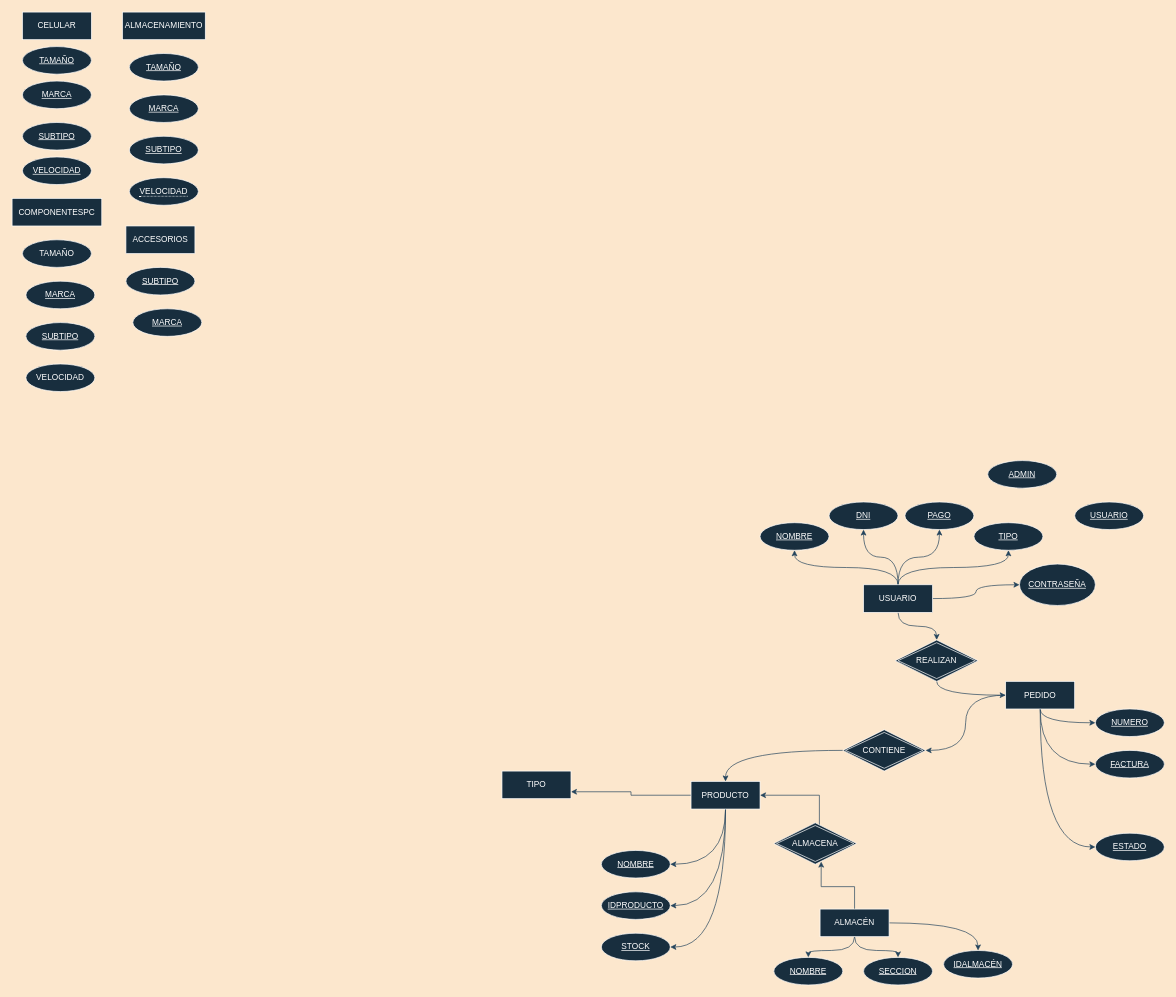
This is La Estanteria entidadrelacion.drawio from joeljnq/laEstanteria, a draw.io file, before an edit. Source tidied: cells renumbered, new cells numbered last; positions are measured from the earlier drawing's top-left corner, leaving out a move shared by most shapes. Both pictures are drawn from the tidied source at 69%, with x=0, y=0 at pixel (12, 12).
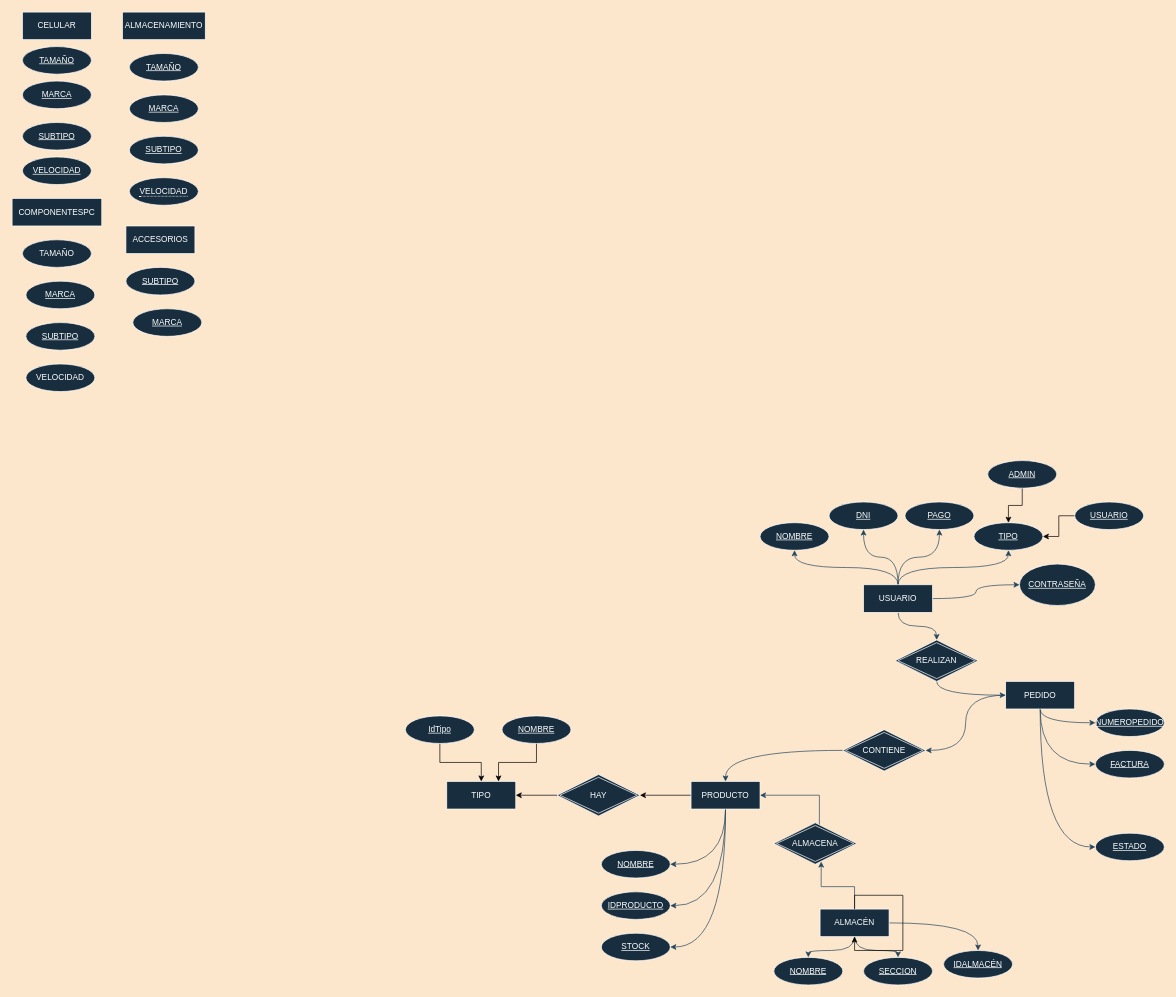
The same page after the edit.

The change refers to these unchanged cells:
```xml
<mxCell id="6" value="PRODUCTO" style="whiteSpace=wrap;html=1;align=center;fillColor=#182E3E;strokeColor=#FFFFFF;fontColor=#FFFFFF;labelBackgroundColor=none;" parent="1" vertex="1">
  <mxGeometry x="984" y="1115" width="100" height="40" as="geometry" />
</mxCell>
<mxCell id="11" value="ALMACÉN" style="whiteSpace=wrap;html=1;align=center;fillColor=#182E3E;strokeColor=#FFFFFF;fontColor=#FFFFFF;labelBackgroundColor=none;" parent="1" vertex="1">
  <mxGeometry x="1171" y="1300" width="100" height="40" as="geometry" />
</mxCell>
<mxCell id="48" value="TIPO" style="ellipse;whiteSpace=wrap;html=1;align=center;fontStyle=4;fillColor=#182E3E;strokeColor=#FFFFFF;fontColor=#FFFFFF;labelBackgroundColor=none;" parent="1" vertex="1">
  <mxGeometry x="1394" y="740" width="100" height="40" as="geometry" />
</mxCell>
<mxCell id="63" value="USUARIO" style="ellipse;whiteSpace=wrap;html=1;align=center;fontStyle=4;fillColor=#182E3E;strokeColor=#FFFFFF;fontColor=#FFFFFF;labelBackgroundColor=none;" parent="1" vertex="1">
  <mxGeometry x="1540" y="710" width="100" height="40" as="geometry" />
</mxCell>
<mxCell id="64" value="ADMIN" style="ellipse;whiteSpace=wrap;html=1;align=center;fontStyle=4;fillColor=#182E3E;strokeColor=#FFFFFF;fontColor=#FFFFFF;labelBackgroundColor=none;" parent="1" vertex="1">
  <mxGeometry x="1414" y="650" width="100" height="40" as="geometry" />
</mxCell>
```

What changed in the source:
```diff
@@
-    <mxCell id="5" style="edgeStyle=orthogonalEdgeStyle;rounded=0;jettySize=auto;html=1;entryX=1;entryY=0.75;entryDx=0;entryDy=0;strokeColor=#23445D;" parent="1" edge="1" source="6" target="62">
-      <mxGeometry relative="1" as="geometry" />
-    </mxCell>
+    <mxCell id="65" style="edgeStyle=orthogonalEdgeStyle;rounded=0;jettySize=auto;html=1;" parent="1" edge="1" source="6" target="69">
+      <mxGeometry relative="1" as="geometry" />
+    </mxCell>
@@
-    <mxCell id="44" value="NUMERO" style="ellipse;whiteSpace=wrap;html=1;align=center;fontStyle=4;fillColor=#182E3E;strokeColor=#FFFFFF;fontColor=#FFFFFF;labelBackgroundColor=none;" parent="1" vertex="1">
+    <mxCell id="44" value="NUMEROPEDIDO" style="ellipse;whiteSpace=wrap;html=1;align=center;fontStyle=4;fillColor=#182E3E;strokeColor=#FFFFFF;fontColor=#FFFFFF;labelBackgroundColor=none;" parent="1" vertex="1">
       <mxGeometry x="1570" y="1010" width="100" height="40" as="geometry" />
     </mxCell>
@@
     <mxCell id="62" value="TIPO" style="whiteSpace=wrap;html=1;align=center;fillColor=#182E3E;strokeColor=#FFFFFF;fontColor=#FFFFFF;labelBackgroundColor=none;" parent="1" vertex="1">
-      <mxGeometry x="710" y="1100" width="100" height="40" as="geometry" />
+      <mxGeometry x="630" y="1115" width="100" height="40" as="geometry" />
     </mxCell>
+    <mxCell id="66" style="edgeStyle=orthogonalEdgeStyle;rounded=0;jettySize=auto;html=1;" parent="1" edge="1" source="63" target="48">
+      <mxGeometry relative="1" as="geometry" />
+    </mxCell>
@@
+    <mxCell id="67" style="edgeStyle=orthogonalEdgeStyle;rounded=0;jettySize=auto;html=1;" parent="1" edge="1" source="64" target="48">
+      <mxGeometry relative="1" as="geometry" />
+    </mxCell>
@@
+    <mxCell id="68" style="edgeStyle=orthogonalEdgeStyle;rounded=0;jettySize=auto;html=1;exitX=0;exitY=0.5;exitDx=0;exitDy=0;" parent="1" edge="1" source="69" target="62">
+      <mxGeometry relative="1" as="geometry" />
+    </mxCell>
+    <mxCell id="69" value="HAY" style="shape=rhombus;double=1;perimeter=rhombusPerimeter;whiteSpace=wrap;html=1;align=center;strokeColor=#FFFFFF;fontColor=#FFFFFF;fillColor=#182E3E;labelBackgroundColor=none;" parent="1" vertex="1">
+      <mxGeometry x="790" y="1105" width="120" height="60" as="geometry" />
+    </mxCell>
+    <mxCell id="70" style="edgeStyle=orthogonalEdgeStyle;rounded=0;jettySize=auto;html=1;entryX=0.75;entryY=0;entryDx=0;entryDy=0;" parent="1" edge="1" source="71" target="62">
+      <mxGeometry relative="1" as="geometry" />
+    </mxCell>
+    <mxCell id="71" value="NOMBRE" style="ellipse;whiteSpace=wrap;html=1;align=center;fontStyle=4;fillColor=#182E3E;strokeColor=#FFFFFF;fontColor=#FFFFFF;labelBackgroundColor=none;" parent="1" vertex="1">
+      <mxGeometry x="710" y="1020" width="100" height="40" as="geometry" />
+    </mxCell>
+    <mxCell id="72" style="edgeStyle=orthogonalEdgeStyle;rounded=0;jettySize=auto;html=1;" parent="1" edge="1" source="73" target="62">
+      <mxGeometry relative="1" as="geometry" />
+    </mxCell>
+    <mxCell id="73" value="IdTipo" style="ellipse;whiteSpace=wrap;html=1;align=center;fontStyle=4;fillColor=#182E3E;strokeColor=#FFFFFF;fontColor=#FFFFFF;labelBackgroundColor=none;" parent="1" vertex="1">
+      <mxGeometry x="570" y="1020" width="100" height="40" as="geometry" />
+    </mxCell>
+    <mxCell id="74" style="edgeStyle=orthogonalEdgeStyle;rounded=0;orthogonalLoop=1;jettySize=auto;html=1;exitX=0.5;exitY=0;exitDx=0;exitDy=0;" parent="1" edge="1" source="11" target="11">
+      <mxGeometry relative="1" as="geometry" />
+    </mxCell>
```
